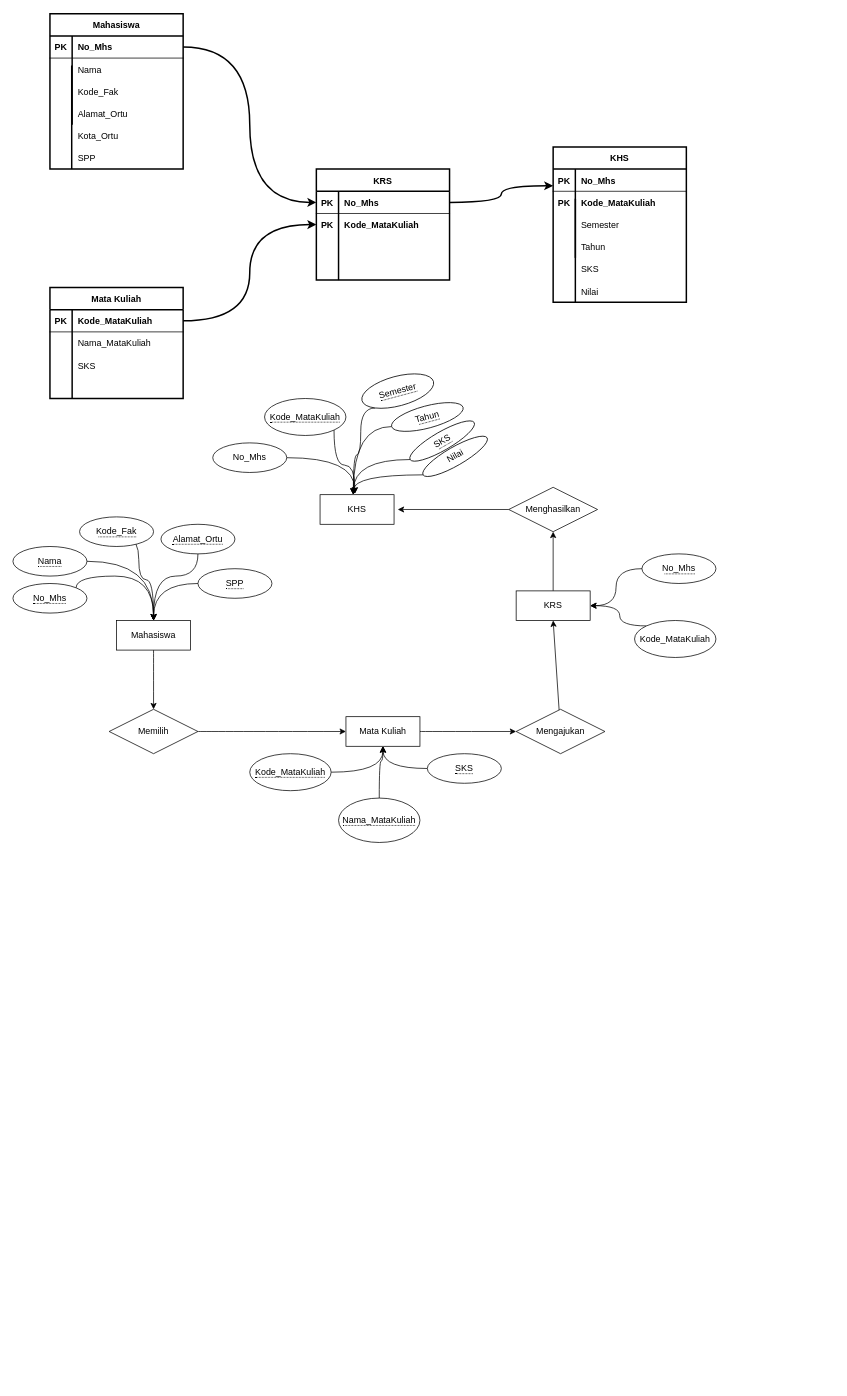
Earlier version of the draw.io diagram page "Page-1" (1 of 2) of TabelRelasiMahasiswa.drawio (lukmanprasetyo/Business-Model-Canvas-BMC-). Source tidied: cells renumbered, new cells numbered last; positions are measured from the earlier drawing's top-left corner, leaving out a move shared by most shapes. Both pictures are drawn from the tidied source at 74%, with x=0, y=0 at pixel (13, 13).
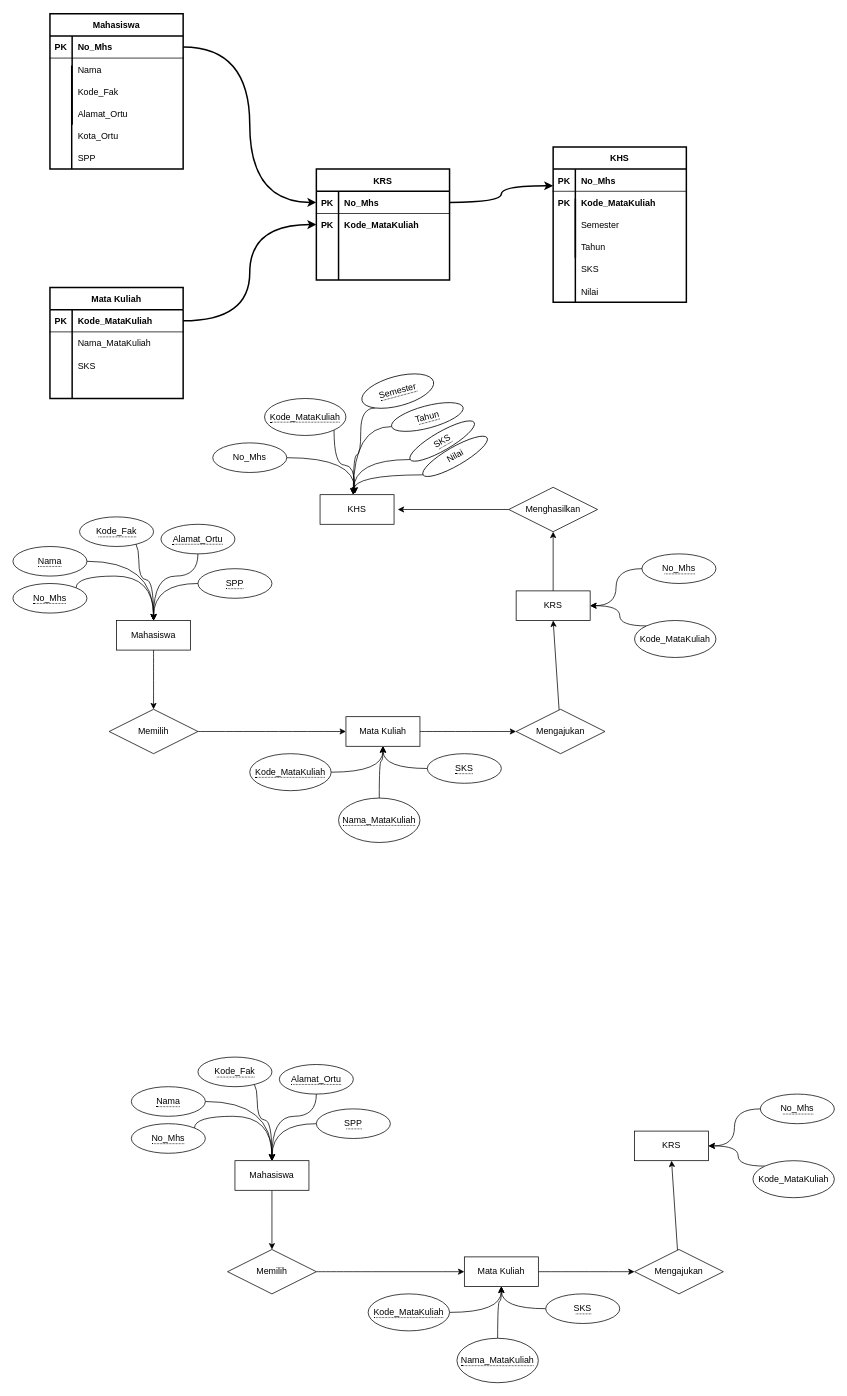
After the change.

What changed in the source:
```diff
@@
+    <mxCell id="110" value="KRS" style="whiteSpace=wrap;html=1;align=center;" parent="1" vertex="1">
+      <mxGeometry x="840" y="1510" width="100" height="40" as="geometry" />
+    </mxCell>
+    <mxCell id="111" style="edgeStyle=orthogonalEdgeStyle;curved=1;rounded=0;jettySize=auto;html=1;entryX=0;entryY=0.5;entryDx=0;entryDy=0;strokeWidth=1;" parent="1" edge="1" source="112" target="114">
+      <mxGeometry relative="1" as="geometry" />
+    </mxCell>
+    <mxCell id="112" value="Mata Kuliah" style="whiteSpace=wrap;html=1;align=center;" parent="1" vertex="1">
+      <mxGeometry x="610" y="1680" width="100" height="40" as="geometry" />
+    </mxCell>
+    <mxCell id="113" style="rounded=0;jettySize=auto;html=1;entryX=0.5;entryY=1;entryDx=0;entryDy=0;strokeWidth=1;" parent="1" edge="1" source="114" target="110">
+      <mxGeometry relative="1" as="geometry" />
+    </mxCell>
+    <mxCell id="114" value="Mengajukan" style="shape=rhombus;perimeter=rhombusPerimeter;whiteSpace=wrap;html=1;align=center;" parent="1" vertex="1">
+      <mxGeometry x="840" y="1670" width="120" height="60" as="geometry" />
+    </mxCell>
+    <mxCell id="115" style="edgeStyle=orthogonalEdgeStyle;curved=1;rounded=0;jettySize=auto;html=1;entryX=0;entryY=0.5;entryDx=0;entryDy=0;strokeWidth=1;" parent="1" edge="1" source="116" target="112">
+      <mxGeometry relative="1" as="geometry" />
+    </mxCell>
+    <mxCell id="116" value="Memilih" style="shape=rhombus;perimeter=rhombusPerimeter;whiteSpace=wrap;html=1;align=center;" parent="1" vertex="1">
+      <mxGeometry x="290" y="1670" width="120" height="60" as="geometry" />
+    </mxCell>
+    <mxCell id="117" style="edgeStyle=orthogonalEdgeStyle;curved=1;rounded=0;jettySize=auto;html=1;entryX=0.5;entryY=0;entryDx=0;entryDy=0;strokeWidth=1;" parent="1" edge="1" source="118" target="116">
+      <mxGeometry relative="1" as="geometry" />
+    </mxCell>
+    <mxCell id="118" value="Mahasiswa" style="whiteSpace=wrap;html=1;align=center;" parent="1" vertex="1">
+      <mxGeometry x="300" y="1550" width="100" height="40" as="geometry" />
+    </mxCell>
+    <mxCell id="119" style="edgeStyle=orthogonalEdgeStyle;curved=1;rounded=0;jettySize=auto;html=1;entryX=1;entryY=0.5;entryDx=0;entryDy=0;" parent="1" edge="1" source="120" target="110">
+      <mxGeometry relative="1" as="geometry" />
+    </mxCell>
+    <mxCell id="120" value="&lt;span style=&quot;border-bottom: 1px dotted&quot;&gt;No_Mhs&lt;/span&gt;" style="ellipse;whiteSpace=wrap;html=1;align=center;" parent="1" vertex="1">
+      <mxGeometry x="1010" y="1460" width="100" height="40" as="geometry" />
+    </mxCell>
+    <mxCell id="121" style="edgeStyle=orthogonalEdgeStyle;curved=1;rounded=0;jettySize=auto;html=1;" parent="1" edge="1" source="122">
+      <mxGeometry relative="1" as="geometry">
+        <mxPoint x="660" y="1720" as="targetPoint" />
+      </mxGeometry>
+    </mxCell>
+    <mxCell id="122" value="&lt;span style=&quot;border-bottom: 1px dotted&quot;&gt;SKS&lt;/span&gt;" style="ellipse;whiteSpace=wrap;html=1;align=center;" parent="1" vertex="1">
+      <mxGeometry x="720" y="1730" width="100" height="40" as="geometry" />
+    </mxCell>
+    <mxCell id="123" style="edgeStyle=orthogonalEdgeStyle;curved=1;rounded=0;jettySize=auto;html=1;" parent="1" edge="1" source="124">
+      <mxGeometry relative="1" as="geometry">
+        <mxPoint x="660" y="1720" as="targetPoint" />
+        <Array as="points">
+          <mxPoint x="655" y="1740" />
+          <mxPoint x="660" y="1740" />
+        </Array>
+      </mxGeometry>
+    </mxCell>
+    <mxCell id="124" value="&lt;span style=&quot;border-bottom: 1px dotted&quot;&gt;Nama_MataKuliah&lt;/span&gt;" style="ellipse;whiteSpace=wrap;html=1;align=center;" parent="1" vertex="1">
+      <mxGeometry x="600" y="1790" width="110" height="60" as="geometry" />
+    </mxCell>
+    <mxCell id="125" style="edgeStyle=orthogonalEdgeStyle;curved=1;rounded=0;jettySize=auto;html=1;entryX=0.5;entryY=1;entryDx=0;entryDy=0;" parent="1" edge="1" source="126" target="112">
+      <mxGeometry relative="1" as="geometry" />
+    </mxCell>
+    <mxCell id="126" value="&lt;span style=&quot;border-bottom: 1px dotted&quot;&gt;Kode_MataKuliah&lt;/span&gt;" style="ellipse;whiteSpace=wrap;html=1;align=center;" parent="1" vertex="1">
+      <mxGeometry x="480" y="1730" width="110" height="50" as="geometry" />
+    </mxCell>
+    <mxCell id="127" style="edgeStyle=orthogonalEdgeStyle;curved=1;rounded=0;jettySize=auto;html=1;entryX=0.5;entryY=0;entryDx=0;entryDy=0;" parent="1" edge="1" source="128" target="118">
+      <mxGeometry relative="1" as="geometry">
+        <Array as="points">
+          <mxPoint x="410" y="1490" />
+          <mxPoint x="350" y="1490" />
+        </Array>
+      </mxGeometry>
+    </mxCell>
+    <mxCell id="128" value="&lt;span style=&quot;border-bottom: 1px dotted&quot;&gt;Alamat_Ortu&lt;/span&gt;" style="ellipse;whiteSpace=wrap;html=1;align=center;" parent="1" vertex="1">
+      <mxGeometry x="360" y="1420" width="100" height="40" as="geometry" />
+    </mxCell>
+    <mxCell id="129" style="edgeStyle=orthogonalEdgeStyle;curved=1;rounded=0;jettySize=auto;html=1;entryX=0.5;entryY=0;entryDx=0;entryDy=0;exitX=0.5;exitY=1;exitDx=0;exitDy=0;" parent="1" edge="1" source="130" target="118">
+      <mxGeometry relative="1" as="geometry">
+        <Array as="points">
+          <mxPoint x="330" y="1440" />
+          <mxPoint x="330" y="1495" />
+          <mxPoint x="350" y="1495" />
+        </Array>
+      </mxGeometry>
+    </mxCell>
+    <mxCell id="130" value="&lt;span style=&quot;border-bottom: 1px dotted&quot;&gt;Kode_Fak&lt;/span&gt;" style="ellipse;whiteSpace=wrap;html=1;align=center;" parent="1" vertex="1">
+      <mxGeometry x="250" y="1410" width="100" height="40" as="geometry" />
+    </mxCell>
+    <mxCell id="131" style="edgeStyle=orthogonalEdgeStyle;curved=1;rounded=0;jettySize=auto;html=1;" parent="1" edge="1" source="132">
+      <mxGeometry relative="1" as="geometry">
+        <mxPoint x="350" y="1550" as="targetPoint" />
+      </mxGeometry>
+    </mxCell>
+    <mxCell id="132" value="&lt;span style=&quot;border-bottom: 1px dotted&quot;&gt;Nama&lt;/span&gt;" style="ellipse;whiteSpace=wrap;html=1;align=center;" parent="1" vertex="1">
+      <mxGeometry x="160" y="1450" width="100" height="40" as="geometry" />
+    </mxCell>
+    <mxCell id="133" style="edgeStyle=orthogonalEdgeStyle;curved=1;rounded=0;jettySize=auto;html=1;exitX=1;exitY=0;exitDx=0;exitDy=0;" parent="1" edge="1" source="134">
+      <mxGeometry relative="1" as="geometry">
+        <mxPoint x="350" y="1550" as="targetPoint" />
+        <Array as="points">
+          <mxPoint x="245" y="1490" />
+          <mxPoint x="350" y="1490" />
+        </Array>
+      </mxGeometry>
+    </mxCell>
+    <mxCell id="134" value="&lt;span style=&quot;border-bottom: 1px dotted&quot;&gt;No_Mhs&lt;/span&gt;" style="ellipse;whiteSpace=wrap;html=1;align=center;" parent="1" vertex="1">
+      <mxGeometry x="160" y="1500" width="100" height="40" as="geometry" />
+    </mxCell>
+    <mxCell id="135" style="edgeStyle=orthogonalEdgeStyle;curved=1;rounded=0;jettySize=auto;html=1;strokeWidth=1;" parent="1" edge="1" source="136">
+      <mxGeometry relative="1" as="geometry">
+        <mxPoint x="350" y="1550" as="targetPoint" />
+      </mxGeometry>
+    </mxCell>
+    <mxCell id="136" value="&lt;span style=&quot;border-bottom: 1px dotted&quot;&gt;SPP&lt;/span&gt;" style="ellipse;whiteSpace=wrap;html=1;align=center;" parent="1" vertex="1">
+      <mxGeometry x="410" y="1480" width="100" height="40" as="geometry" />
+    </mxCell>
+    <mxCell id="137" style="edgeStyle=orthogonalEdgeStyle;curved=1;rounded=0;jettySize=auto;html=1;strokeWidth=1;exitX=0;exitY=0;exitDx=0;exitDy=0;" parent="1" edge="1" source="138">
+      <mxGeometry relative="1" as="geometry">
+        <mxPoint x="940" y="1530" as="targetPoint" />
+        <Array as="points">
+          <mxPoint x="980" y="1557" />
+          <mxPoint x="980" y="1530" />
+        </Array>
+      </mxGeometry>
+    </mxCell>
+    <mxCell id="138" value="Kode_MataKuliah" style="ellipse;whiteSpace=wrap;html=1;align=center;" parent="1" vertex="1">
+      <mxGeometry x="1000" y="1550" width="110" height="50" as="geometry" />
+    </mxCell>
```
